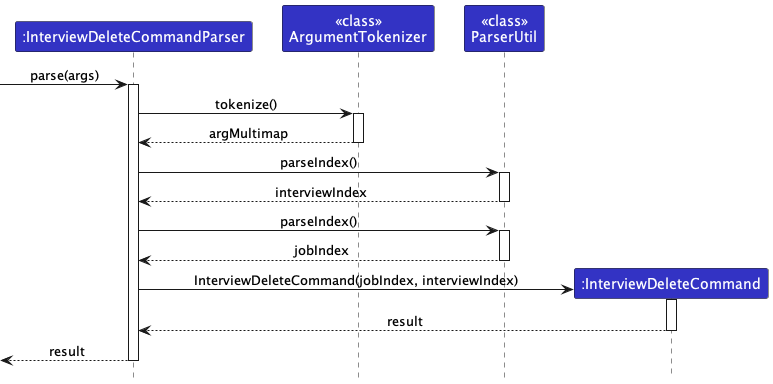
Before: docs/images/developer-guide/InterviewDeleteCommandParserSequenceDiagram.png, a diagram exported from PlantUML (nus-cs2103-AY2324S1/tp). Its diagram source:
```plantuml
@startuml
!include ../style.puml
skinparam ArrowFontStyle plain

Participant ":InterviewDeleteCommandParser" as idcp LOGIC_COLOR
Participant "<<class>>\nArgumentTokenizer" as at LOGIC_COLOR
Participant "<<class>>\nParserUtil" as pu LOGIC_COLOR
Participant ":InterviewDeleteCommand" as idc LOGIC_COLOR

[-> idcp ++: parse(args)
idcp -> at ++: tokenize()
at --> idcp --: argMultimap

idcp -> pu ++: parseIndex()
pu --> idcp --: interviewIndex

idcp -> pu ++: parseIndex()
pu --> idcp --: jobIndex

create idc
idcp -> idc ++: InterviewDeleteCommand(jobIndex, interviewIndex)
idc --> idcp --: result
idcp -->[ --: result
@enduml
```
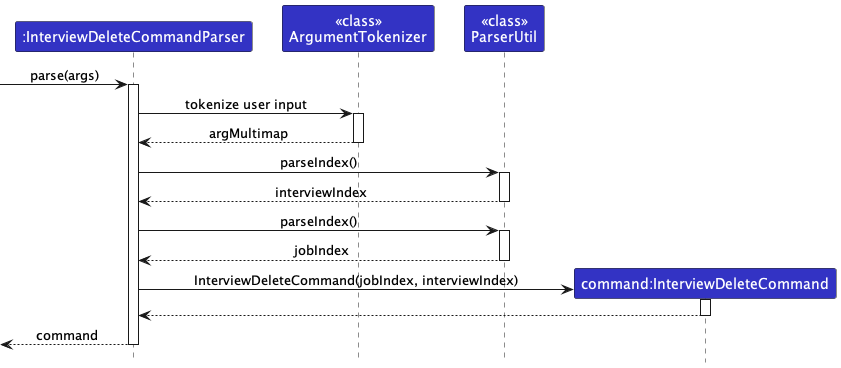
The same file after the commit.

What changed in the source:
```diff
@@ -5,10 +5,10 @@
 Participant ":InterviewDeleteCommandParser" as idcp LOGIC_COLOR
 Participant "<<class>>\nArgumentTokenizer" as at LOGIC_COLOR
 Participant "<<class>>\nParserUtil" as pu LOGIC_COLOR
-Participant ":InterviewDeleteCommand" as idc LOGIC_COLOR
+Participant "command:InterviewDeleteCommand" as idc LOGIC_COLOR
 
 [-> idcp ++: parse(args)
-idcp -> at ++: tokenize()
+idcp -> at ++: tokenize user input
 at --> idcp --: argMultimap
 
 idcp -> pu ++: parseIndex()
@@ -19,6 +19,6 @@
 
 create idc
 idcp -> idc ++: InterviewDeleteCommand(jobIndex, interviewIndex)
-idc --> idcp --: result
-idcp -->[ --: result
+idc --> idcp --
+idcp -->[ --: command
 @enduml
```
